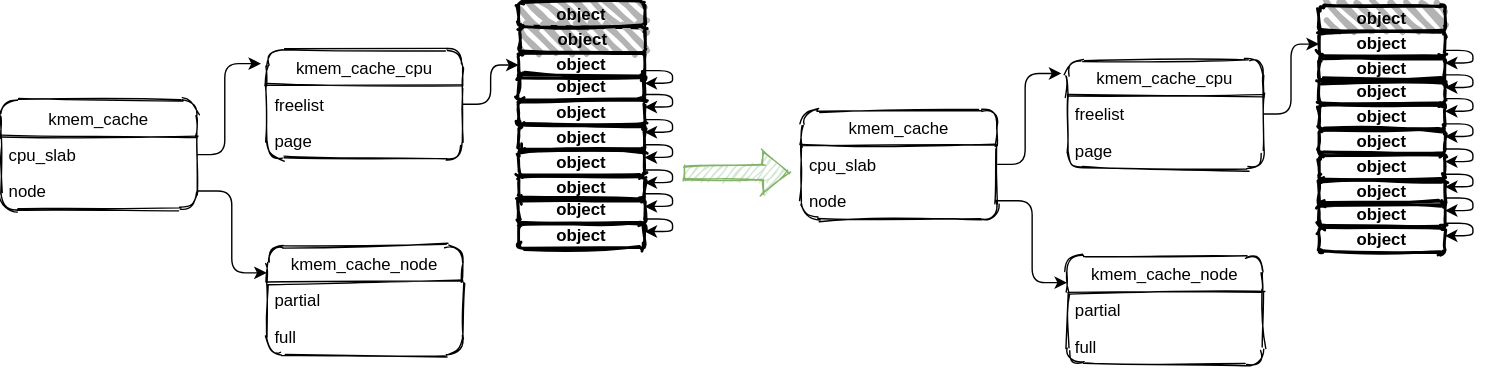
Above: linux-2.x/slub/pic/free_cpu.svg in vernon2gh/note (draw.io), before the change. Source tidied: cells renumbered, new cells last; positions are measured from the earlier drawing's top-left corner, leaving out a move shared by most shapes.
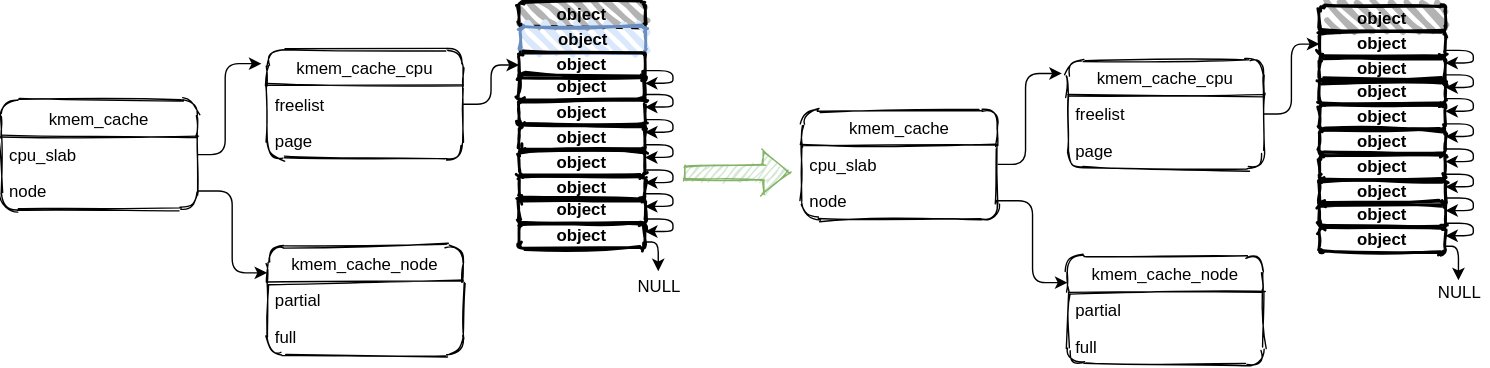
After the change.

Commit message:
Fixed: slub alloc object

Diff of the diagram source:
```diff
@@ -32,7 +32,7 @@
     <mxCell id="11" value="&lt;b&gt;object&lt;/b&gt;" style="rounded=1;whiteSpace=wrap;html=1;strokeWidth=2;fillWeight=4;hachureGap=8;hachureAngle=45;sketch=1;glass=0;shadow=0;fillColor=#B3B3B3;" parent="1" vertex="1">
       <mxGeometry x="370" width="90" height="18" as="geometry" />
     </mxCell>
-    <mxCell id="12" value="&lt;b&gt;object&lt;/b&gt;" style="rounded=1;whiteSpace=wrap;html=1;strokeWidth=2;fillWeight=4;hachureGap=8;hachureAngle=45;sketch=1;glass=0;shadow=0;fillStyle=auto;fillColor=#B3B3B3;" parent="1" vertex="1">
+    <mxCell id="12" value="&lt;b&gt;object&lt;/b&gt;" style="rounded=1;whiteSpace=wrap;html=1;strokeWidth=2;fillWeight=4;hachureGap=8;hachureAngle=45;sketch=1;glass=0;shadow=0;fillStyle=auto;fillColor=#dae8fc;strokeColor=#6c8ebf;" parent="1" vertex="1">
       <mxGeometry x="371" y="18" width="90" height="18" as="geometry" />
     </mxCell>
     <mxCell id="13" value="&lt;span&gt;&lt;b&gt;object&lt;/b&gt;&lt;/span&gt;" style="rounded=1;whiteSpace=wrap;html=1;strokeWidth=2;fillWeight=4;hachureGap=8;hachureAngle=45;sketch=1;glass=0;shadow=0;fillColor=none;" parent="1" vertex="1">
@@ -56,6 +56,9 @@
     <mxCell id="19" value="&lt;span&gt;&lt;b&gt;object&lt;/b&gt;&lt;/span&gt;" style="rounded=1;whiteSpace=wrap;html=1;strokeWidth=2;fillWeight=4;hachureGap=8;hachureAngle=45;sketch=1;glass=0;shadow=0;fillColor=none;" parent="1" vertex="1">
       <mxGeometry x="370" y="140" width="90" height="18" as="geometry" />
     </mxCell>
+    <mxCell id="62" style="edgeStyle=orthogonalEdgeStyle;rounded=1;jettySize=auto;html=1;exitX=1;exitY=0.75;exitDx=0;exitDy=0;entryX=0.488;entryY=-0.087;entryDx=0;entryDy=0;entryPerimeter=0;" parent="1" edge="1" source="20" target="64">
+      <mxGeometry relative="1" as="geometry" />
+    </mxCell>
     <mxCell id="20" value="&lt;span&gt;&lt;b&gt;object&lt;/b&gt;&lt;/span&gt;" style="rounded=1;whiteSpace=wrap;html=1;strokeWidth=2;fillWeight=4;hachureGap=8;hachureAngle=45;sketch=1;glass=0;shadow=0;fillColor=none;" parent="1" vertex="1">
       <mxGeometry x="370" y="158" width="90" height="18" as="geometry" />
     </mxCell>
@@ -213,6 +216,9 @@
     <mxCell id="49" value="&lt;span&gt;&lt;b&gt;object&lt;/b&gt;&lt;/span&gt;" style="rounded=1;whiteSpace=wrap;html=1;strokeWidth=2;fillWeight=4;hachureGap=8;hachureAngle=45;sketch=1;glass=0;shadow=0;fillColor=none;" parent="1" vertex="1">
       <mxGeometry x="942" y="143" width="90" height="18" as="geometry" />
     </mxCell>
+    <mxCell id="63" style="edgeStyle=orthogonalEdgeStyle;rounded=1;jettySize=auto;html=1;exitX=1;exitY=0.75;exitDx=0;exitDy=0;entryX=0.485;entryY=0.045;entryDx=0;entryDy=0;entryPerimeter=0;" parent="1" edge="1" source="50" target="65">
+      <mxGeometry relative="1" as="geometry" />
+    </mxCell>
     <mxCell id="50" value="&lt;span&gt;&lt;b&gt;object&lt;/b&gt;&lt;/span&gt;" style="rounded=1;whiteSpace=wrap;html=1;strokeWidth=2;fillWeight=4;hachureGap=8;hachureAngle=45;sketch=1;glass=0;shadow=0;fillColor=none;" parent="1" vertex="1">
       <mxGeometry x="942" y="161" width="90" height="18" as="geometry" />
     </mxCell>
@@ -313,5 +319,11 @@
         <mxPoint x="564" y="122" as="targetPoint" />
       </mxGeometry>
     </mxCell>
+    <mxCell id="64" value="NULL" style="text;html=1;align=center;verticalAlign=middle;points=[];" parent="1" vertex="1">
+      <mxGeometry x="449" y="194" width="42" height="19" as="geometry" />
+    </mxCell>
+    <mxCell id="65" value="NULL" style="text;html=1;align=center;verticalAlign=middle;points=[];" parent="1" vertex="1">
+      <mxGeometry x="1021" y="198" width="42" height="19" as="geometry" />
+    </mxCell>
   </root>
 </mxGraphModel>
```
